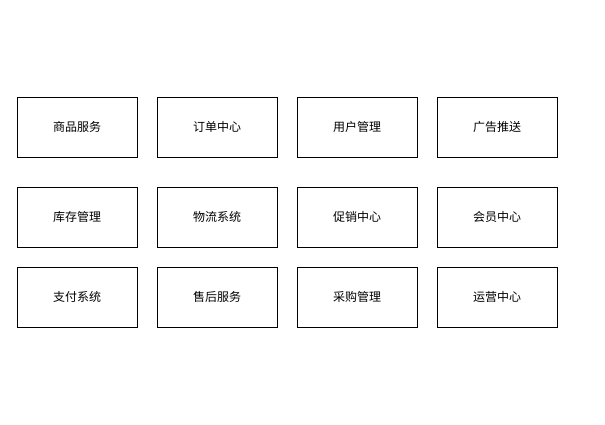
This is 未命名绘图.drawio from championluo/drawIOStore, a draw.io file, before an edit. Source tidied: cells renumbered, new cells numbered last; positions are measured from the earlier drawing's top-left corner, leaving out a move shared by most shapes. Both pictures are drawn from the tidied source at 100%, with x=0, y=0 at pixel (17, 97).
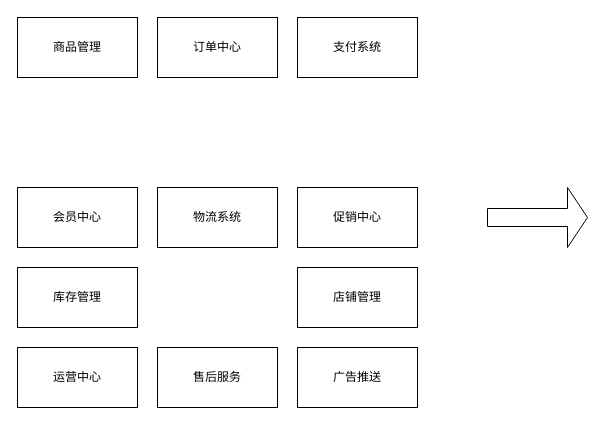
Above is the later version.

Commit message:
小程序电商微服务拆分与基础设施选型.drawio

Change to the diagram source:
```diff
@@
 <mxGraphModel>
   <root>
     <mxCell id="0" />
     <mxCell id="1" parent="0" />
-    <mxCell id="2" value="商品服务" style="rounded=0;whiteSpace=wrap;html=1;" parent="1" vertex="1">
-      <mxGeometry width="120" height="60" as="geometry" />
+    <mxCell id="2" value="商品管理" style="rounded=0;whiteSpace=wrap;html=1;" parent="1" vertex="1">
+      <mxGeometry y="-80" width="120" height="60" as="geometry" />
     </mxCell>
     <mxCell id="3" value="订单中心" style="rounded=0;whiteSpace=wrap;html=1;" parent="1" vertex="1">
-      <mxGeometry x="140" width="120" height="60" as="geometry" />
+      <mxGeometry x="140" y="-80" width="120" height="60" as="geometry" />
     </mxCell>
     <mxCell id="4" value="会员中心" style="rounded=0;whiteSpace=wrap;html=1;" parent="1" vertex="1">
-      <mxGeometry x="420" y="90" width="120" height="60" as="geometry" />
+      <mxGeometry y="90" width="120" height="60" as="geometry" />
     </mxCell>
     <mxCell id="5" value="库存管理" style="rounded=0;whiteSpace=wrap;html=1;" parent="1" vertex="1">
-      <mxGeometry y="90" width="120" height="60" as="geometry" />
+      <mxGeometry y="170" width="120" height="60" as="geometry" />
     </mxCell>
     <mxCell id="6" value="物流系统" style="rounded=0;whiteSpace=wrap;html=1;" parent="1" vertex="1">
       <mxGeometry x="140" y="90" width="120" height="60" as="geometry" />
     </mxCell>
     <mxCell id="7" value="促销中心" style="rounded=0;whiteSpace=wrap;html=1;" parent="1" vertex="1">
       <mxGeometry x="280" y="90" width="120" height="60" as="geometry" />
     </mxCell>
     <mxCell id="8" value="支付系统" style="rounded=0;whiteSpace=wrap;html=1;" parent="1" vertex="1">
-      <mxGeometry y="170" width="120" height="60" as="geometry" />
+      <mxGeometry x="280" y="-80" width="120" height="60" as="geometry" />
     </mxCell>
     <mxCell id="9" value="售后服务" style="rounded=0;whiteSpace=wrap;html=1;" parent="1" vertex="1">
-      <mxGeometry x="140" y="170" width="120" height="60" as="geometry" />
+      <mxGeometry x="140" y="250" width="120" height="60" as="geometry" />
     </mxCell>
-    <mxCell id="10" value="采购管理" style="rounded=0;whiteSpace=wrap;html=1;" parent="1" vertex="1">
+    <mxCell id="10" value="店铺管理" style="rounded=0;whiteSpace=wrap;html=1;" parent="1" vertex="1">
       <mxGeometry x="280" y="170" width="120" height="60" as="geometry" />
     </mxCell>
-    <mxCell id="11" value="用户管理" style="rounded=0;whiteSpace=wrap;html=1;" parent="1" vertex="1">
-      <mxGeometry x="280" width="120" height="60" as="geometry" />
-    </mxCell>
     <mxCell id="12" value="运营中心" style="rounded=0;whiteSpace=wrap;html=1;" parent="1" vertex="1">
-      <mxGeometry x="420" y="170" width="120" height="60" as="geometry" />
+      <mxGeometry y="250" width="120" height="60" as="geometry" />
     </mxCell>
     <mxCell id="13" value="广告推送" style="rounded=0;whiteSpace=wrap;html=1;" parent="1" vertex="1">
-      <mxGeometry x="420" width="120" height="60" as="geometry" />
+      <mxGeometry x="280" y="250" width="120" height="60" as="geometry" />
     </mxCell>
+    <mxCell id="14" style="shape=singleArrow;whiteSpace=wrap;html=1;" parent="1" vertex="1">
+      <mxGeometry x="470" y="90" width="100" height="60" as="geometry" />
+    </mxCell>
   </root>
 </mxGraphModel>
```
